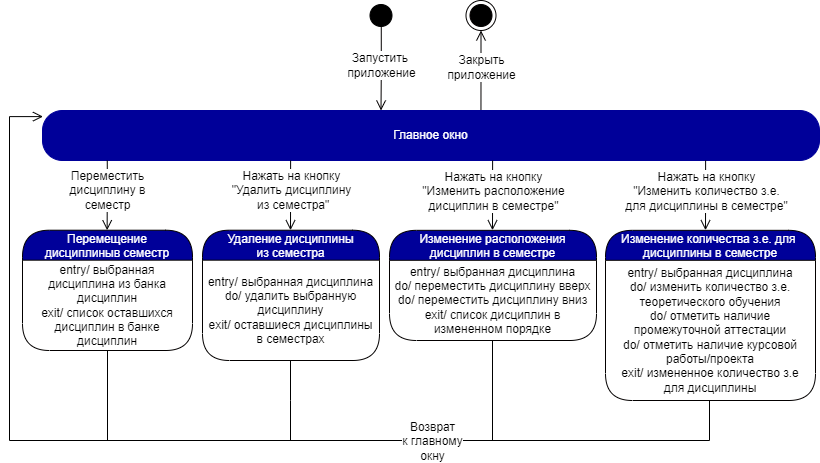
This is SM_Bloks/Tiles/State_machine_tiles_sem.drawio.png from iCosmos76/Curriculum-Designer, a draw.io export, as it was before one commit. Source tidied: cells renumbered, new cells last; positions are measured from the earlier drawing's top-left corner, leaving out a move shared by most shapes.
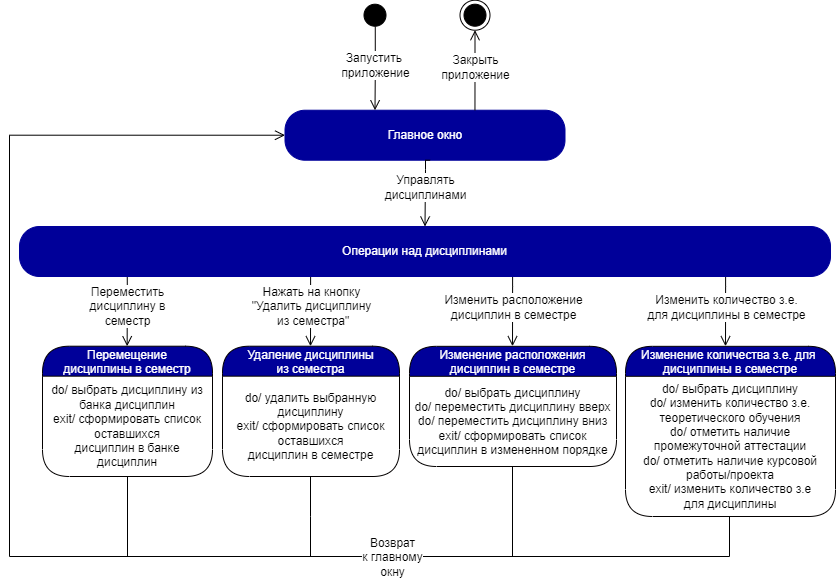
The same diagram one commit later.

The edit, as a diff of the source:
```diff
@@ -2,29 +2,6 @@
   <root>
     <mxCell id="0" />
     <mxCell id="1" parent="0" />
-    <mxCell id="2" style="ellipse;html=1;shape=startState;fillColor=#000000;strokeColor=#000000;fontColor=#000099;" parent="1" vertex="1">
-      <mxGeometry x="356.5" width="30" height="30" as="geometry" />
-    </mxCell>
-    <mxCell id="3" value="&lt;font style=&quot;font-size: 12px&quot;&gt;Запустить &lt;br&gt;приложение&lt;/font&gt;" style="edgeStyle=orthogonalEdgeStyle;html=1;verticalAlign=bottom;endArrow=open;endSize=8;strokeColor=#030000;rounded=0;exitX=0.509;exitY=0.876;exitDx=0;exitDy=0;exitPerimeter=0;spacingBottom=-14;fontSize=10;" parent="1" edge="1" source="2">
-      <mxGeometry relative="1" as="geometry">
-        <mxPoint x="371.5" y="110" as="targetPoint" />
-      </mxGeometry>
-    </mxCell>
-    <mxCell id="4" value="&lt;font style=&quot;font-size: 12px&quot;&gt;Закрыть&lt;br&gt;приложение&lt;/font&gt;" style="edgeStyle=orthogonalEdgeStyle;html=1;verticalAlign=bottom;endArrow=open;endSize=8;strokeColor=#030000;rounded=0;spacingBottom=-14;fontSize=10;entryX=0.5;entryY=1;entryDx=0;entryDy=0;exitX=0.781;exitY=0;exitDx=0;exitDy=0;exitPerimeter=0;" parent="1" edge="1" target="5">
-      <mxGeometry relative="1" as="geometry">
-        <mxPoint x="471.5" y="110" as="sourcePoint" />
-        <Array as="points">
-          <mxPoint x="471.5" y="70" />
-          <mxPoint x="471.5" y="70" />
-        </Array>
-      </mxGeometry>
-    </mxCell>
-    <mxCell id="5" style="ellipse;html=1;shape=endState;fillColor=#000000;strokeColor=#030000;" parent="1" vertex="1">
-      <mxGeometry x="456.5" width="30" height="30" as="geometry" />
-    </mxCell>
-    <mxCell id="6" value="Главное окно" style="rounded=1;whiteSpace=wrap;html=1;arcSize=40;fontColor=#FFFFFF;fillColor=#000099;strokeColor=#000099;" parent="1" vertex="1">
-      <mxGeometry x="33" y="110" width="777" height="50" as="geometry" />
-    </mxCell>
     <mxCell id="7" style="edgeStyle=orthogonalEdgeStyle;html=1;verticalAlign=bottom;endArrow=open;endSize=8;strokeColor=#000000;rounded=0;fontSize=10;exitX=0.097;exitY=1.006;exitDx=0;exitDy=0;exitPerimeter=0;entryX=0.154;entryY=0;entryDx=0;entryDy=0;entryPerimeter=0;" parent="1" edge="1">
       <mxGeometry relative="1" as="geometry">
         <mxPoint x="281.1" y="160" as="sourcePoint" />
@@ -53,11 +30,11 @@
         <mxPoint x="-2" y="3" as="offset" />
       </mxGeometry>
     </mxCell>
-    <mxCell id="11" value="Перемещение &#10;дисциплиныв семестр" style="swimlane;fontStyle=0;align=center;verticalAlign=middle;horizontal=1;startSize=30;fontColor=#FFFFFF;rounded=1;arcSize=30;strokeColor=#030000;fillColor=#000099;swimlaneFillColor=#FFFFFF;fontSize=12;" parent="1" vertex="1">
-      <mxGeometry x="13" y="229.7" width="170" height="120.3" as="geometry" />
+    <mxCell id="11" value="Перемещение &#10;дисциплины в семестр" style="swimlane;fontStyle=0;align=center;verticalAlign=middle;horizontal=1;startSize=30;fontColor=#FFFFFF;rounded=1;arcSize=30;strokeColor=#030000;fillColor=#000099;swimlaneFillColor=#FFFFFF;fontSize=12;" parent="1" vertex="1">
+      <mxGeometry x="13" y="229.7" width="170" height="130.3" as="geometry" />
     </mxCell>
-    <mxCell id="12" value="entry/ выбранная дисциплина из банка дисциплин&lt;br&gt;exit/ список оставшихся&lt;br&gt;дисциплин в банке&lt;br&gt;дисциплин" style="text;html=1;strokeColor=none;fillColor=none;align=center;verticalAlign=middle;spacingLeft=4;spacingRight=4;whiteSpace=wrap;overflow=hidden;fontColor=#000000;fontSize=12;" parent="11" vertex="1">
-      <mxGeometry y="30" width="170" height="90.3" as="geometry" />
+    <mxCell id="12" value="do/ выбрать дисциплину из банка дисциплин&lt;br&gt;exit/ сформировать список оставшихся&lt;br&gt;дисциплин в банке&lt;br&gt;дисциплин" style="text;html=1;strokeColor=none;fillColor=none;align=center;verticalAlign=middle;spacingLeft=4;spacingRight=4;whiteSpace=wrap;overflow=hidden;fontColor=#000000;fontSize=12;" parent="11" vertex="1">
+      <mxGeometry y="30" width="170" height="100.3" as="geometry" />
     </mxCell>
     <mxCell id="13" style="edgeStyle=orthogonalEdgeStyle;html=1;verticalAlign=bottom;endArrow=none;endSize=8;strokeColor=#000000;rounded=0;fontSize=10;endFill=0;exitX=0.5;exitY=1;exitDx=0;exitDy=0;" parent="1" edge="1" source="12">
       <mxGeometry relative="1" as="geometry">
@@ -70,7 +47,7 @@
     <mxCell id="14" value="Удаление дисциплины &#10;из семестра" style="swimlane;fontStyle=0;align=center;verticalAlign=middle;horizontal=1;startSize=30;fontColor=#FFFFFF;rounded=1;arcSize=30;strokeColor=#030000;fillColor=#000099;swimlaneFillColor=#FFFFFF;fontSize=12;" parent="1" vertex="1">
       <mxGeometry x="193" y="229.7" width="177" height="130.3" as="geometry" />
     </mxCell>
-    <mxCell id="15" value="entry/ выбранная дисциплина&lt;br&gt;do/ удалить выбранную дисциплину&lt;br&gt;exit/ оставшиеся дисциплины&lt;br&gt;в семестрах" style="text;html=1;strokeColor=none;fillColor=none;align=center;verticalAlign=middle;spacingLeft=4;spacingRight=4;whiteSpace=wrap;overflow=hidden;fontColor=#000000;fontSize=12;" parent="14" vertex="1">
+    <mxCell id="15" value="do/ удалить выбранную дисциплину&lt;br&gt;exit/ сформировать список оставшихся&lt;br&gt;дисциплин в семестре" style="text;html=1;strokeColor=none;fillColor=none;align=center;verticalAlign=middle;spacingLeft=4;spacingRight=4;whiteSpace=wrap;overflow=hidden;fontColor=#000000;fontSize=12;" parent="14" vertex="1">
       <mxGeometry y="30" width="177" height="100.3" as="geometry" />
     </mxCell>
     <mxCell id="16" style="edgeStyle=orthogonalEdgeStyle;html=1;verticalAlign=bottom;endArrow=none;endSize=8;strokeColor=#000000;rounded=0;fontSize=10;endFill=0;" parent="1" edge="1">
@@ -84,10 +61,10 @@
       </mxGeometry>
     </mxCell>
     <mxCell id="17" value="Изменение расположения &#10;дисциплин в семестре" style="swimlane;fontStyle=0;align=center;verticalAlign=middle;horizontal=1;startSize=30;fontColor=#FFFFFF;rounded=1;arcSize=30;strokeColor=#030000;fillColor=#000099;swimlaneFillColor=#FFFFFF;fontSize=12;" parent="1" vertex="1">
-      <mxGeometry x="380" y="229.8" width="207" height="110.2" as="geometry" />
+      <mxGeometry x="380" y="229.8" width="207" height="120.2" as="geometry" />
     </mxCell>
-    <mxCell id="18" value="entry/ выбранная дисциплина&lt;br&gt;do/ переместить дисциплину вверх&lt;br&gt;do/ переместить дисциплину вниз&lt;br&gt;exit/ список дисциплин в измененном порядке" style="text;html=1;strokeColor=none;fillColor=none;align=center;verticalAlign=middle;spacingLeft=4;spacingRight=4;whiteSpace=wrap;overflow=hidden;fontColor=#000000;fontSize=12;" parent="17" vertex="1">
-      <mxGeometry y="30" width="207" height="80.2" as="geometry" />
+    <mxCell id="18" value="do/ выбрать дисциплину&lt;br&gt;do/ переместить дисциплину вверх&lt;br&gt;do/ переместить дисциплину вниз&lt;br&gt;exit/ сформировать список дисциплин в измененном порядке" style="text;html=1;strokeColor=none;fillColor=none;align=center;verticalAlign=middle;spacingLeft=4;spacingRight=4;whiteSpace=wrap;overflow=hidden;fontColor=#000000;fontSize=12;" parent="17" vertex="1">
+      <mxGeometry y="30" width="207" height="90.2" as="geometry" />
     </mxCell>
     <mxCell id="19" style="edgeStyle=orthogonalEdgeStyle;html=1;verticalAlign=bottom;endArrow=open;endSize=8;strokeColor=#000000;rounded=0;fontSize=10;exitX=0.097;exitY=1.006;exitDx=0;exitDy=0;exitPerimeter=0;entryX=0.154;entryY=0;entryDx=0;entryDy=0;entryPerimeter=0;" parent="1" edge="1">
       <mxGeometry relative="1" as="geometry">
@@ -98,7 +75,7 @@
         </Array>
       </mxGeometry>
     </mxCell>
-    <mxCell id="20" value="Нажать на кнопку&lt;br&gt;&quot;Изменить расположение&lt;br&gt;дисциплин в семестре&quot;" style="edgeLabel;html=1;align=center;verticalAlign=middle;fontSize=12;labelBackgroundColor=default;" parent="19" vertex="1">
+    <mxCell id="20" value="Изменить расположение&lt;br&gt;дисциплин в семестре" style="edgeLabel;html=1;align=center;verticalAlign=middle;fontSize=12;labelBackgroundColor=default;" parent="19" vertex="1">
       <mxGeometry x="-0.25" y="2" relative="1" as="geometry">
         <mxPoint x="-2" y="4" as="offset" />
       </mxGeometry>
@@ -112,7 +89,7 @@
         </Array>
       </mxGeometry>
     </mxCell>
-    <mxCell id="22" value="Нажать на кнопку&lt;br&gt;&quot;Изменить количество з.е.&lt;br&gt;для дисциплины в семестре&quot;" style="edgeLabel;html=1;align=center;verticalAlign=middle;fontSize=12;labelBackgroundColor=default;" parent="21" vertex="1">
+    <mxCell id="22" value="Изменить количество з.е.&lt;br&gt;для дисциплины в семестре" style="edgeLabel;html=1;align=center;verticalAlign=middle;fontSize=12;labelBackgroundColor=default;" parent="21" vertex="1">
       <mxGeometry x="-0.25" y="2" relative="1" as="geometry">
         <mxPoint x="-2" y="4" as="offset" />
       </mxGeometry>
@@ -120,41 +97,73 @@
     <mxCell id="23" value="Изменение количества з.е. для &#10;дисциплины в семестре" style="swimlane;fontStyle=0;align=center;verticalAlign=middle;horizontal=1;startSize=30;fontColor=#FFFFFF;rounded=1;arcSize=30;strokeColor=#030000;fillColor=#000099;swimlaneFillColor=#FFFFFF;fontSize=12;" parent="1" vertex="1">
       <mxGeometry x="596" y="229.8" width="210" height="170.2" as="geometry" />
     </mxCell>
-    <mxCell id="24" value="entry/ выбранная дисциплина&lt;br&gt;do/ изменить количество з.е. теоретического обучения&lt;br&gt;do/ отметить наличие промежуточной аттестации&lt;br&gt;do/ отметить наличие курсовой работы/проекта&lt;br&gt;exit/ измененное количество з.е&lt;br&gt;для дисциплины" style="text;html=1;strokeColor=none;fillColor=none;align=center;verticalAlign=middle;spacingLeft=4;spacingRight=4;whiteSpace=wrap;overflow=hidden;fontColor=#000000;fontSize=12;" parent="23" vertex="1">
+    <mxCell id="24" value="do/ выбрать дисциплину&lt;br&gt;do/ изменить количество з.е. теоретического обучения&lt;br&gt;do/ отметить наличие промежуточной аттестации&lt;br&gt;do/ отметить наличие курсовой работы/проекта&lt;br&gt;exit/ изменить количество з.е&lt;br&gt;для дисциплины" style="text;html=1;strokeColor=none;fillColor=none;align=center;verticalAlign=middle;spacingLeft=4;spacingRight=4;whiteSpace=wrap;overflow=hidden;fontColor=#000000;fontSize=12;" parent="23" vertex="1">
       <mxGeometry y="30" width="210" height="140.2" as="geometry" />
     </mxCell>
     <mxCell id="25" style="edgeStyle=orthogonalEdgeStyle;html=1;verticalAlign=bottom;endArrow=none;endSize=8;strokeColor=#000000;rounded=0;fontSize=10;endFill=0;" parent="1" edge="1">
       <mxGeometry relative="1" as="geometry">
-        <mxPoint x="483.4" y="340" as="sourcePoint" />
+        <mxPoint x="483" y="350" as="sourcePoint" />
         <mxPoint x="483" y="440" as="targetPoint" />
         <Array as="points">
           <mxPoint x="483" y="440" />
         </Array>
       </mxGeometry>
     </mxCell>
-    <mxCell id="26" style="edgeStyle=orthogonalEdgeStyle;html=1;verticalAlign=bottom;endArrow=none;endSize=8;strokeColor=#000000;rounded=0;fontSize=10;endFill=0;" parent="1" edge="1">
-      <mxGeometry relative="1" as="geometry">
-        <mxPoint x="700" y="400" as="sourcePoint" />
-        <mxPoint x="700" y="440" as="targetPoint" />
-        <Array as="points">
-          <mxPoint x="700" y="440" />
-        </Array>
-      </mxGeometry>
-    </mxCell>
-    <mxCell id="27" style="edgeStyle=orthogonalEdgeStyle;html=1;verticalAlign=bottom;endArrow=open;endSize=8;strokeColor=#000000;rounded=0;fontSize=10;entryX=0.002;entryY=0.122;entryDx=0;entryDy=0;entryPerimeter=0;" parent="1" edge="1">
-      <mxGeometry relative="1" as="geometry">
-        <mxPoint x="700" y="440" as="sourcePoint" />
-        <mxPoint x="33.5" y="116.1" as="targetPoint" />
-        <Array as="points">
-          <mxPoint y="440" />
-          <mxPoint y="116" />
-        </Array>
-      </mxGeometry>
-    </mxCell>
+    <mxCell id="6" value="Главное окно" style="rounded=1;whiteSpace=wrap;html=1;arcSize=40;fontColor=#FFFFFF;fillColor=#000099;strokeColor=#000099;" parent="1" vertex="1">
+      <mxGeometry x="255.5" y="-6.3" width="280" height="50" as="geometry" />
+    </mxCell>
+    <mxCell id="29" style="edgeStyle=orthogonalEdgeStyle;html=1;verticalAlign=bottom;endArrow=open;endSize=8;strokeColor=#000000;rounded=0;fontSize=10;entryX=0;entryY=0.5;entryDx=0;entryDy=0;exitX=0.5;exitY=1;exitDx=0;exitDy=0;" parent="1" edge="1" source="24" target="6">
+      <mxGeometry relative="1" as="geometry">
+        <Array as="points">
+          <mxPoint x="700" y="400" />
+          <mxPoint x="700" y="440" />
+          <mxPoint x="-20" y="440" />
+          <mxPoint x="-20" y="19" />
+        </Array>
+      </mxGeometry>
+    </mxCell>
-    <mxCell id="28" value="Возврат&lt;br style=&quot;font-size: 12px;&quot;&gt;к главному&lt;br style=&quot;font-size: 12px;&quot;&gt;окну&lt;br style=&quot;font-size: 12px;&quot;&gt;" style="edgeLabel;html=1;align=center;verticalAlign=middle;fontSize=12;" parent="27" vertex="1">
-      <mxGeometry x="0.74" y="1" relative="1" as="geometry">
-        <mxPoint x="423" y="220" as="offset" />
+    <mxCell id="28" value="&lt;span style=&quot;font-family: &amp;#34;helvetica&amp;#34;&quot;&gt;Возврат&lt;/span&gt;&lt;br style=&quot;background-color: rgb(248 , 249 , 250) ; font-family: &amp;#34;helvetica&amp;#34;&quot;&gt;&lt;span style=&quot;font-family: &amp;#34;helvetica&amp;#34;&quot;&gt;к главному&lt;/span&gt;&lt;br style=&quot;background-color: rgb(248 , 249 , 250) ; font-family: &amp;#34;helvetica&amp;#34;&quot;&gt;&lt;span style=&quot;font-family: &amp;#34;helvetica&amp;#34;&quot;&gt;окну&lt;/span&gt;" style="edgeLabel;html=1;align=center;verticalAlign=middle;fontSize=12;" parent="29" vertex="1">
+      <mxGeometry x="-0.38" y="4" relative="1" as="geometry">
+        <mxPoint x="76" y="-4" as="offset" />
       </mxGeometry>
     </mxCell>
+    <mxCell id="30" value="Операции над дисциплинами" style="rounded=1;whiteSpace=wrap;html=1;arcSize=40;fontColor=#FFFFFF;fillColor=#000099;strokeColor=#000099;" parent="1" vertex="1">
+      <mxGeometry x="-10" y="110" width="811" height="50" as="geometry" />
+    </mxCell>
+    <mxCell id="31" style="edgeStyle=orthogonalEdgeStyle;html=1;verticalAlign=bottom;endArrow=open;endSize=8;strokeColor=#000000;rounded=0;fontSize=10;exitX=0.097;exitY=1.006;exitDx=0;exitDy=0;exitPerimeter=0;entryX=0.5;entryY=0;entryDx=0;entryDy=0;" parent="1" edge="1" target="30">
+      <mxGeometry relative="1" as="geometry">
+        <mxPoint x="400.6" y="43.7" as="sourcePoint" />
+        <Array as="points">
+          <mxPoint x="396" y="44" />
+          <mxPoint x="396" y="53" />
+          <mxPoint x="396" y="53" />
+        </Array>
+      </mxGeometry>
+    </mxCell>
+    <mxCell id="32" value="Управлять&lt;br&gt;дисциплинами" style="edgeLabel;html=1;align=center;verticalAlign=middle;fontSize=12;" parent="31" vertex="1">
+      <mxGeometry x="-0.25" y="2" relative="1" as="geometry">
+        <mxPoint x="-2" y="4" as="offset" />
+      </mxGeometry>
+    </mxCell>
+    <mxCell id="33" style="ellipse;html=1;shape=startState;fillColor=#000000;strokeColor=#000000;fontColor=#000099;" parent="1" vertex="1">
+      <mxGeometry x="330.5" y="-116.3" width="30" height="30" as="geometry" />
+    </mxCell>
+    <mxCell id="3" value="&lt;font style=&quot;font-size: 12px&quot;&gt;Запустить &lt;br&gt;приложение&lt;/font&gt;" style="edgeStyle=orthogonalEdgeStyle;html=1;verticalAlign=bottom;endArrow=open;endSize=8;strokeColor=#030000;rounded=0;exitX=0.509;exitY=0.876;exitDx=0;exitDy=0;exitPerimeter=0;spacingBottom=-14;fontSize=10;" parent="1" edge="1" source="33">
+      <mxGeometry relative="1" as="geometry">
+        <mxPoint x="345.5" y="-6.3" as="targetPoint" />
+      </mxGeometry>
+    </mxCell>
+    <mxCell id="4" value="&lt;font style=&quot;font-size: 12px&quot;&gt;Закрыть&lt;br&gt;приложение&lt;/font&gt;" style="edgeStyle=orthogonalEdgeStyle;html=1;verticalAlign=bottom;endArrow=open;endSize=8;strokeColor=#030000;rounded=0;spacingBottom=-14;fontSize=10;entryX=0.5;entryY=1;entryDx=0;entryDy=0;exitX=0.781;exitY=0;exitDx=0;exitDy=0;exitPerimeter=0;" parent="1" edge="1" target="34">
+      <mxGeometry relative="1" as="geometry">
+        <mxPoint x="445.5" y="-6.3" as="sourcePoint" />
+        <Array as="points">
+          <mxPoint x="445.5" y="-46.3" />
+          <mxPoint x="445.5" y="-46.3" />
+        </Array>
+      </mxGeometry>
+    </mxCell>
+    <mxCell id="34" style="ellipse;html=1;shape=endState;fillColor=#000000;strokeColor=#030000;" parent="1" vertex="1">
+      <mxGeometry x="430.5" y="-116.3" width="30" height="30" as="geometry" />
+    </mxCell>
   </root>
 </mxGraphModel>
```
